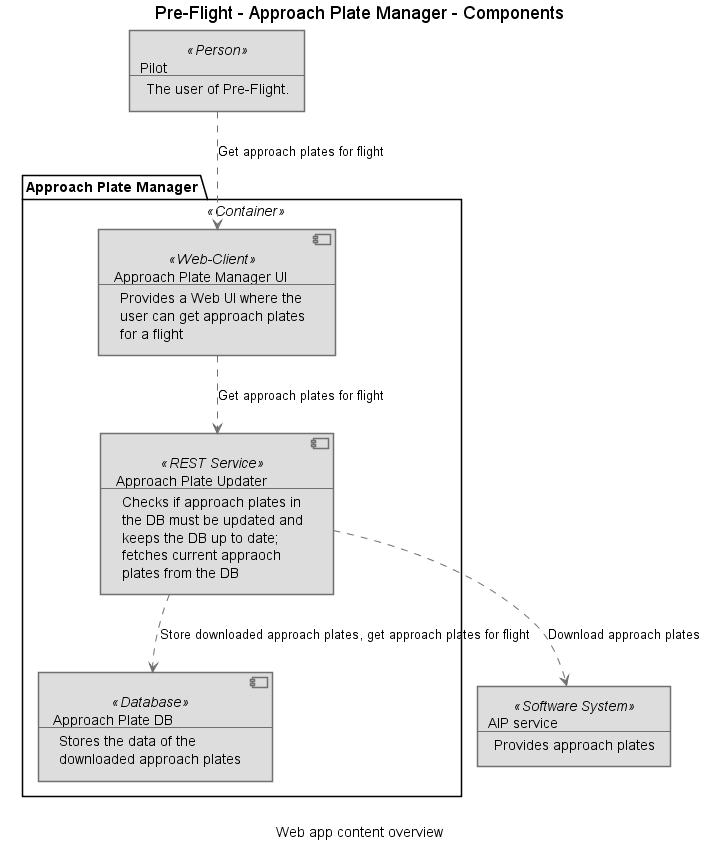
rdnp/pre-flight keeps this PlantUML diagram as de.rdnp.preflight.architecture/doc/Pre-Flight - Approach Plate Manager - Components.png. Above is the earlier version. Its diagram source:
```plantuml
@startuml(id=Approach_Plate_Manager_Web_App)
scale max 2000x2000
title Pre-Flight - Approach Plate Manager - Components
caption Web app content overview

skinparam {
  shadowing false
  arrowColor #707070
  actorBorderColor #707070
  componentBorderColor #707070
  rectangleBorderColor #707070
  noteBackgroundColor #ffffff
  noteBorderColor #707070
}
rectangle 4 <<Software System>> #dddddd [
  AIP service
  --
  Provides approach plates
]
rectangle 1 <<Person>> #dddddd [
  Pilot
  --
  The user of Pre-Flight.
]
package "Approach Plate Manager" <<Container>> {
  component 57 <<Database>> #dddddd [
    Approach Plate DB
    --
    Stores the data of the
    downloaded approach plates
  ]
  component 58 <<Web-Client>> #dddddd [
    Approach Plate Manager UI
    --
    Provides a Web UI where the
    user can get approach plates
    for a flight
  ]
  component 56 <<REST Service>> #dddddd [
    Approach Plate Updater
    --
    Checks if approach plates in
    the DB must be updated and
    keeps the DB up to date;
    fetches current appraoch
    plates from the DB
  ]
}
58 .[#707070].> 56 : Get approach plates for flight
56 .[#707070].> 4 : Download approach plates
56 .[#707070].> 57 : Store downloaded approach plates, get approach plates for flight
1 .[#707070].> 58 : Get approach plates for flight
@enduml
```
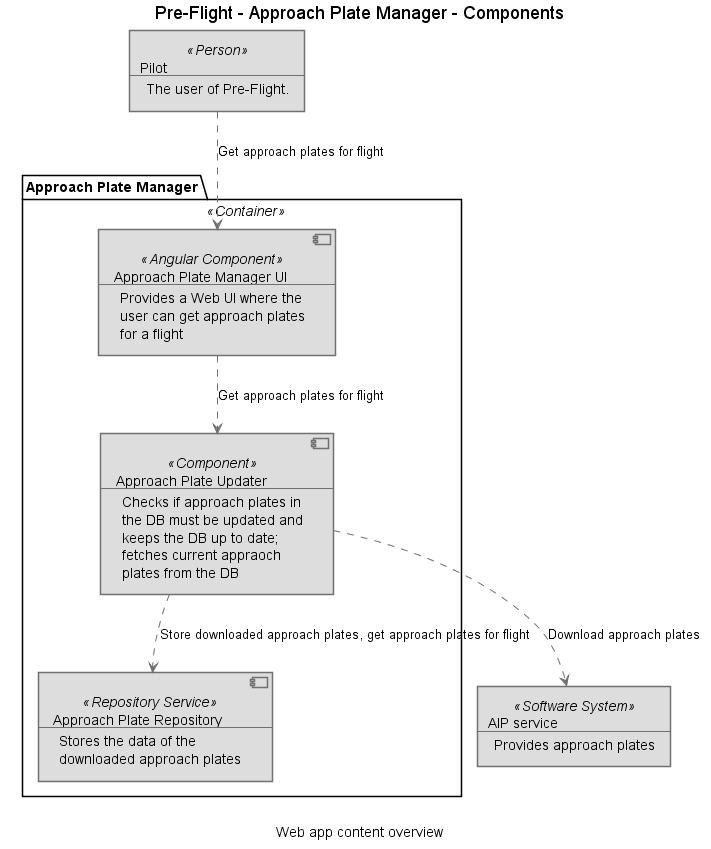
Above is the later version.

Diff of the diagram source:
```diff
@@ -1,4 +1,4 @@
-@startuml(id=Approach_Plate_Manager_Web_App)
+@startuml(id=Pre-Flight_-_Approach_Plate_Manager_-_Components)
 scale max 2000x2000
 title Pre-Flight - Approach Plate Manager - Components
 caption Web app content overview
@@ -23,20 +23,20 @@
   The user of Pre-Flight.
 ]
 package "Approach Plate Manager" <<Container>> {
-  component 57 <<Database>> #dddddd [
-    Approach Plate DB
-    --
-    Stores the data of the
-    downloaded approach plates
-  ]
-  component 58 <<Web-Client>> #dddddd [
+  component 58 <<Angular Component>> #dddddd [
     Approach Plate Manager UI
     --
     Provides a Web UI where the
     user can get approach plates
     for a flight
   ]
-  component 56 <<REST Service>> #dddddd [
+  component 57 <<Repository Service>> #dddddd [
+    Approach Plate Repository
+    --
+    Stores the data of the
+    downloaded approach plates
+  ]
+  component 56 <<Component>> #dddddd [
     Approach Plate Updater
     --
     Checks if approach plates in
```
